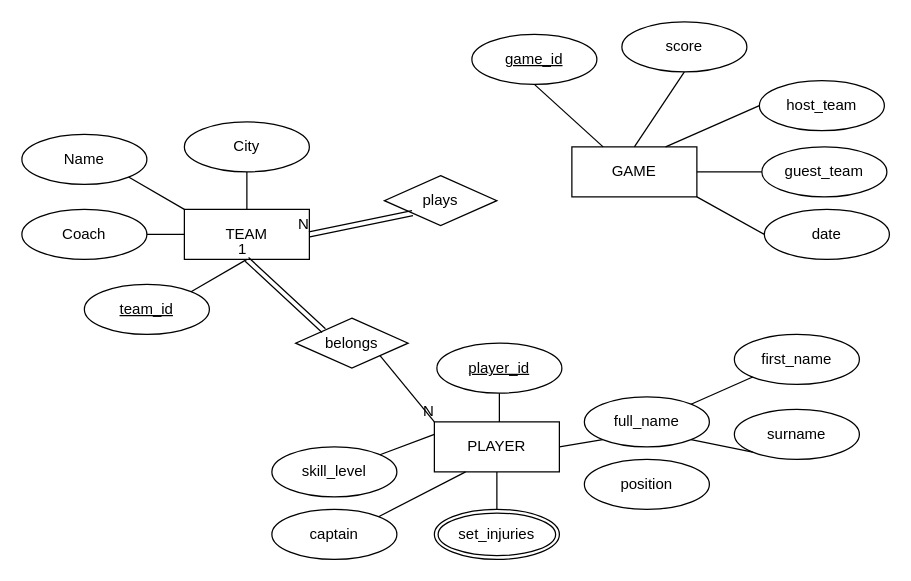
Above: wk3/Untitled Diagram.drawio in recarvalhoo/webdev_labs (draw.io), before the change. Source tidied: cells renumbered, new cells numbered last; positions are measured from the earlier drawing's top-left corner, leaving out a move shared by most shapes. Both pictures are drawn from the tidied source at 125%, with x=0, y=0 at pixel (21, 21).
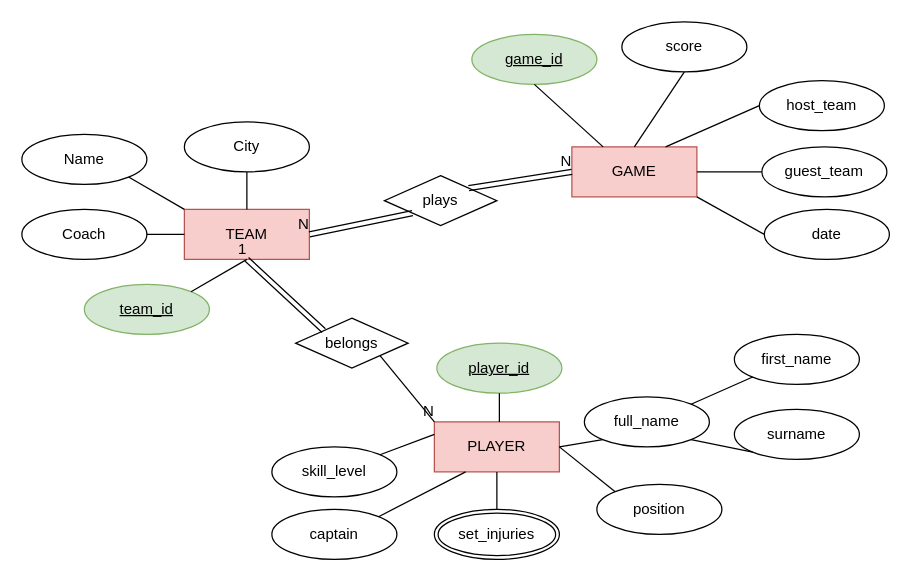
Above is the later version.

Commit message:
GAME/PLAYERS/MANAGER

Unchanged cells that the change refers to:
```xml
<mxCell id="43" value="plays" style="shape=rhombus;perimeter=rhombusPerimeter;whiteSpace=wrap;html=1;align=center;" parent="1" vertex="1">
  <mxGeometry x="290" y="123" width="90" height="40" as="geometry" />
</mxCell>
```

Change to the diagram source:
```diff
@@
-    <mxCell id="2" value="TEAM" style="whiteSpace=wrap;html=1;align=center;" parent="1" vertex="1">
+    <mxCell id="2" value="TEAM" style="whiteSpace=wrap;html=1;align=center;fillColor=#f8cecc;strokeColor=#b85450;" parent="1" vertex="1">
       <mxGeometry x="130" y="150" width="100" height="40" as="geometry" />
     </mxCell>
-    <mxCell id="3" value="GAME&lt;br&gt;" style="whiteSpace=wrap;html=1;align=center;" parent="1" vertex="1">
+    <mxCell id="3" value="GAME&lt;br&gt;" style="whiteSpace=wrap;html=1;align=center;fillColor=#f8cecc;strokeColor=#b85450;" parent="1" vertex="1">
       <mxGeometry x="440" y="100" width="100" height="40" as="geometry" />
     </mxCell>
-    <mxCell id="4" value="PLAYER" style="whiteSpace=wrap;html=1;align=center;" parent="1" vertex="1">
+    <mxCell id="4" value="PLAYER" style="whiteSpace=wrap;html=1;align=center;fillColor=#f8cecc;strokeColor=#b85450;" parent="1" vertex="1">
       <mxGeometry x="330" y="320" width="100" height="40" as="geometry" />
     </mxCell>
@@
     <mxCell id="14" value="position" style="ellipse;whiteSpace=wrap;html=1;align=center;" parent="1" vertex="1">
-      <mxGeometry x="450" y="350" width="100" height="40" as="geometry" />
+      <mxGeometry x="460" y="370" width="100" height="40" as="geometry" />
     </mxCell>
@@
-    <mxCell id="20" value="player_id" style="ellipse;whiteSpace=wrap;html=1;align=center;fontStyle=4;" parent="1" vertex="1">
+    <mxCell id="20" value="player_id" style="ellipse;whiteSpace=wrap;html=1;align=center;fontStyle=4;fillColor=#d5e8d4;strokeColor=#82b366;" parent="1" vertex="1">
       <mxGeometry x="332" y="257" width="100" height="40" as="geometry" />
     </mxCell>
-    <mxCell id="21" value="game_id" style="ellipse;whiteSpace=wrap;html=1;align=center;fontStyle=4;" parent="1" vertex="1">
+    <mxCell id="21" value="game_id" style="ellipse;whiteSpace=wrap;html=1;align=center;fontStyle=4;fillColor=#d5e8d4;strokeColor=#82b366;" parent="1" vertex="1">
       <mxGeometry x="360" y="10" width="100" height="40" as="geometry" />
     </mxCell>
-    <mxCell id="22" value="team_id" style="ellipse;whiteSpace=wrap;html=1;align=center;fontStyle=4;" parent="1" vertex="1">
+    <mxCell id="22" value="team_id" style="ellipse;whiteSpace=wrap;html=1;align=center;fontStyle=4;fillColor=#d5e8d4;strokeColor=#82b366;" parent="1" vertex="1">
       <mxGeometry x="50" y="210" width="100" height="40" as="geometry" />
     </mxCell>
@@
+    <mxCell id="46" style="shape=link;html=1;rounded=0;entryX=0;entryY=0.5;entryDx=0;entryDy=0;exitX=1;exitY=0;exitDx=0;exitDy=0;" parent="1" edge="1" source="43" target="3">
+      <mxGeometry relative="1" as="geometry" />
+    </mxCell>
+    <mxCell id="47" value="N" style="html=1;align=right;verticalAlign=bottom;" parent="46" vertex="1">
+      <mxGeometry x="1" relative="1" as="geometry" />
+    </mxCell>
+    <mxCell id="48" style="endArrow=none;html=1;rounded=0;entryX=0;entryY=0;entryDx=0;entryDy=0;exitX=1;exitY=0.5;exitDx=0;exitDy=0;" parent="1" edge="1" source="4" target="14">
+      <mxGeometry relative="1" as="geometry" />
+    </mxCell>
```
